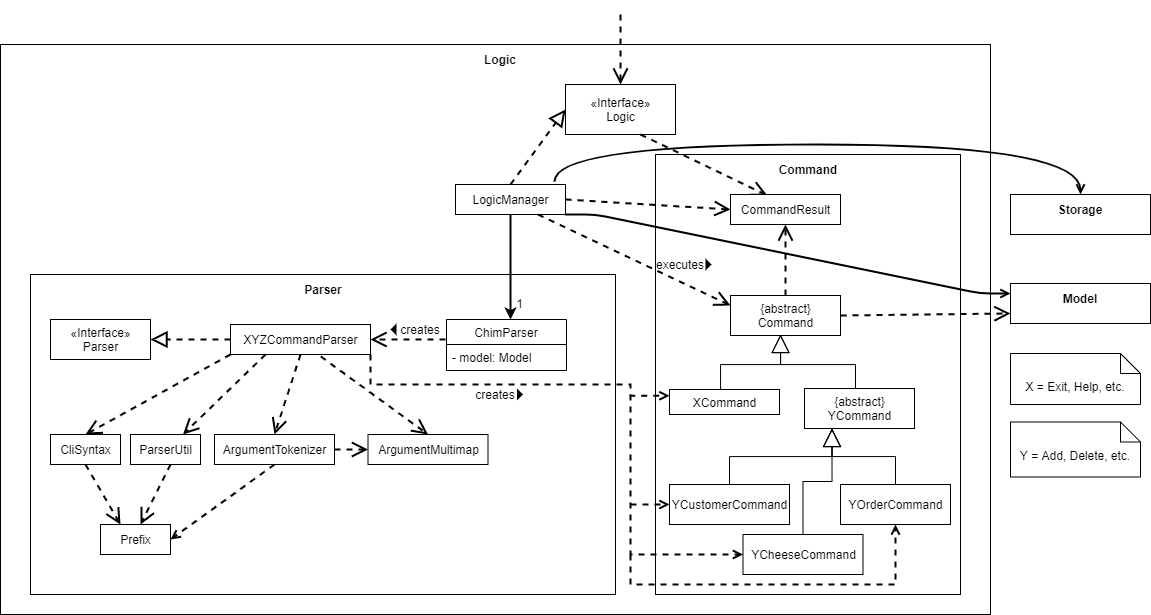
The draw.io diagram docs/images/LogicClassDiagram_CHIM.png in nus-cs2103-AY2021S2/tp, before a commit. Source tidied: cells renumbered, new cells last; positions are measured from the earlier drawing's top-left corner, leaving out a move shared by most shapes.
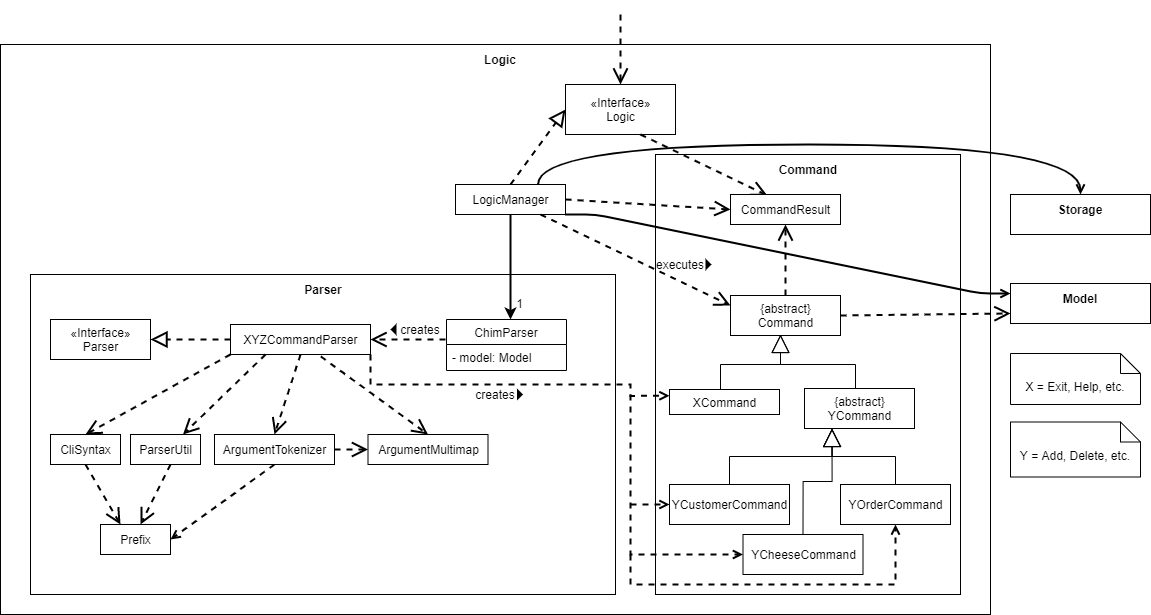
After the change.

Commit message:
Update DG Logic class diagram

The edit, as a diff of the source:
```diff
@@ -74,8 +74,10 @@
     <mxCell id="23" value="Use" style="endArrow=open;endSize=12;dashed=1;html=1;noLabel=1;fontColor=none;exitX=1;exitY=0.5;exitDx=0;exitDy=0;entryX=0;entryY=0.5;entryDx=0;entryDy=0;strokeWidth=2;" parent="1" edge="1" source="8" target="41">
       <mxGeometry relative="1" as="geometry" />
     </mxCell>
-    <mxCell id="24" value="Use" style="endArrow=open;endSize=12;dashed=1;html=1;noLabel=1;fontColor=none;exitX=0.75;exitY=1;exitDx=0;exitDy=0;entryX=0;entryY=0.25;entryDx=0;entryDy=0;strokeWidth=2;" parent="1" edge="1" source="8" target="12">
-      <mxGeometry relative="1" as="geometry" />
+    <mxCell id="24" value="Use" style="endArrow=open;endSize=12;dashed=1;html=1;noLabel=1;fontColor=none;entryX=0;entryY=0.25;entryDx=0;entryDy=0;strokeWidth=2;" parent="1" edge="1" target="12">
+      <mxGeometry relative="1" as="geometry">
+        <mxPoint x="540" y="200" as="sourcePoint" />
+      </mxGeometry>
     </mxCell>
     <mxCell id="25" value="Extends" style="endArrow=block;endSize=16;endFill=0;html=1;strokeColor=#000000;exitX=0.5;exitY=0;exitDx=0;exitDy=0;noLabel=1;fontColor=none;edgeStyle=orthogonalEdgeStyle;rounded=0;" parent="1" edge="1">
       <mxGeometry relative="1" as="geometry">
@@ -268,7 +270,7 @@
     <mxCell id="70" value="&lt;b&gt;&lt;font style=&quot;font-size: 12px&quot;&gt;Storage&lt;/font&gt;&lt;/b&gt;" style="text;html=1;strokeColor=none;fillColor=none;align=center;verticalAlign=middle;whiteSpace=wrap;rounded=0;" parent="68" vertex="1">
       <mxGeometry x="25" width="90" height="30" as="geometry" />
     </mxCell>
-    <mxCell id="71" style="endArrow=open;html=1;strokeColor=#000000;fontColor=none;strokeWidth=2;jumpStyle=none;endFill=0;entryX=0.5;entryY=0;entryDx=0;entryDy=0;exitX=0.9;exitY=-0.1;exitDx=0;exitDy=0;edgeStyle=elbowEdgeStyle;curved=1;exitPerimeter=0;" parent="1" edge="1" source="8" target="70">
+    <mxCell id="71" style="endArrow=open;html=1;strokeColor=#000000;fontColor=none;strokeWidth=2;jumpStyle=none;endFill=0;entryX=0.5;entryY=0;entryDx=0;entryDy=0;exitX=0.75;exitY=0;exitDx=0;exitDy=0;edgeStyle=elbowEdgeStyle;curved=1;" parent="1" edge="1" source="8" target="70">
       <mxGeometry relative="1" as="geometry">
         <Array as="points">
           <mxPoint x="1080" y="130" />
```
